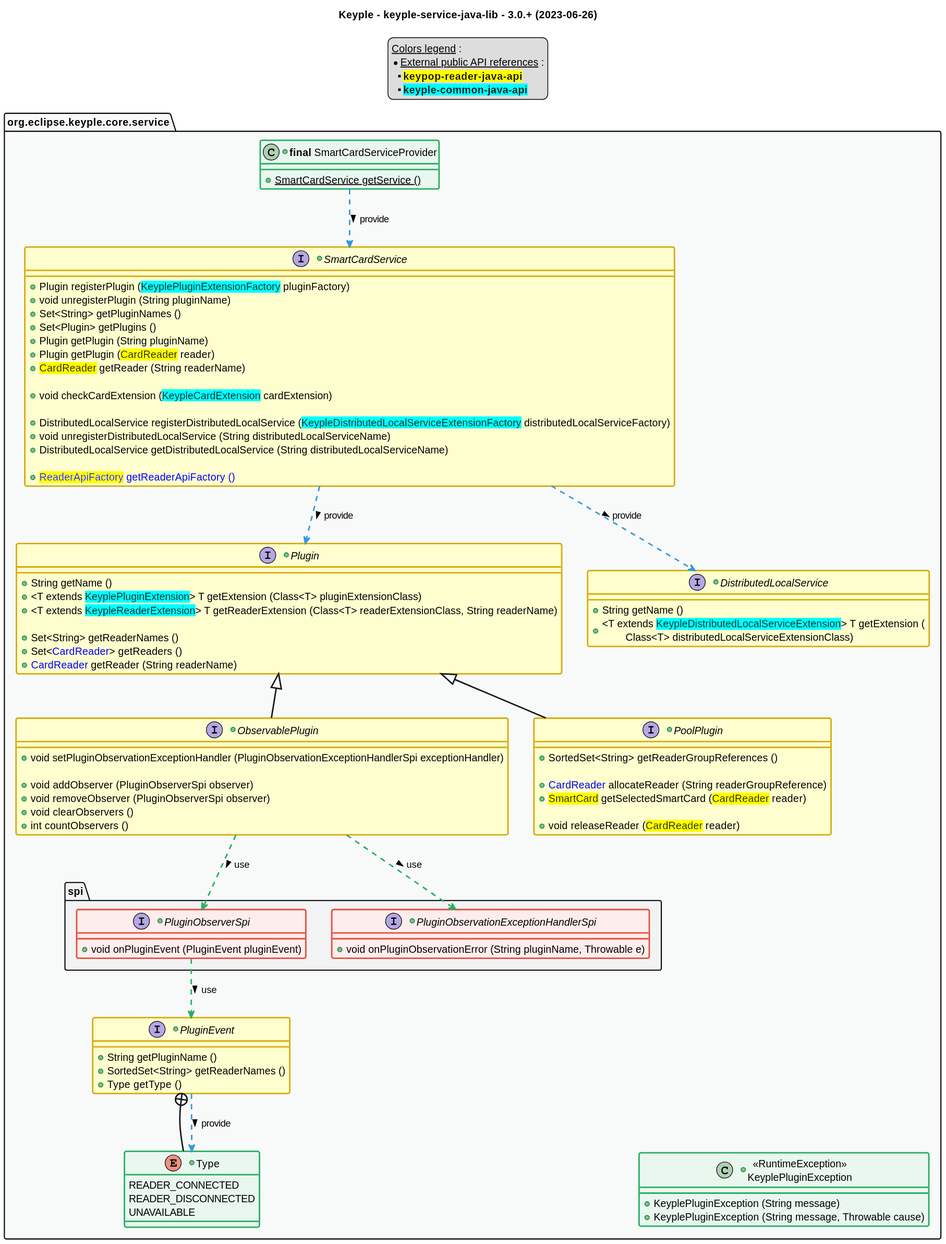
Above: src/main/uml/api_class_diagram.svg in eclipse-keyple/keyple-service-java-lib (PlantUML), before the change.
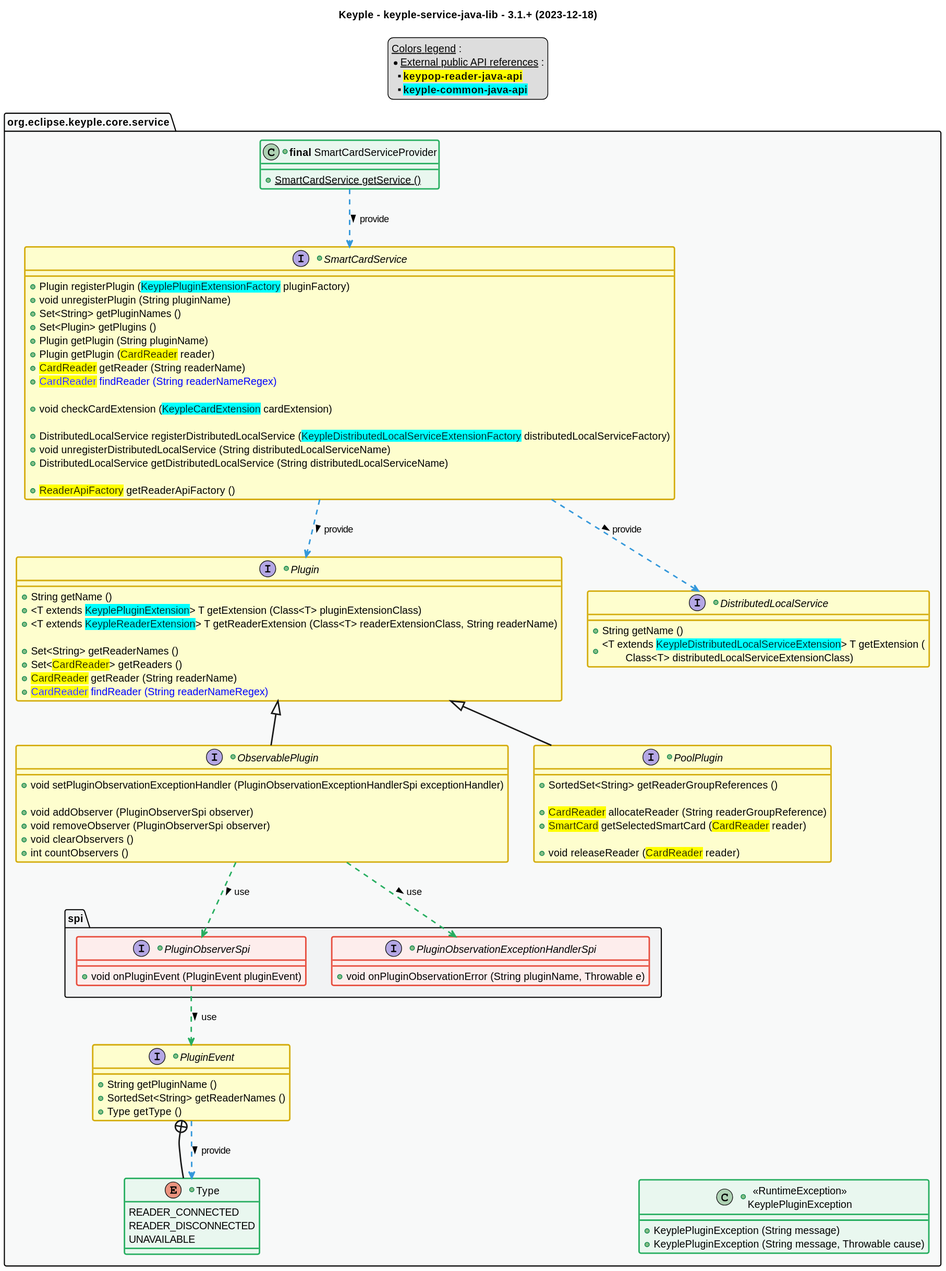
The same file after the commit.

Commit message:
feat: add `findReader` methods to provide reader searching by regex (#63)

Change to the diagram source:
```diff
@@ -1,6 +1,6 @@
 @startuml
 title
-    Keyple - keyple-service-java-lib - 3.0.+ (2023-06-26)
+    Keyple - keyple-service-java-lib - 3.1.+ (2023-12-18)
 end title
 
 
@@ -59,6 +59,7 @@
         +Plugin getPlugin (String pluginName)
         +Plugin getPlugin (<back:yellow>CardReader</back> reader)
         +<back:yellow>CardReader</back> getReader (String readerName)
+        +<color:blue><back:yellow>CardReader</back> findReader (String readerNameRegex)
 
         +void checkCardExtension (<back:cyan>KeypleCardExtension</back> cardExtension)
 
@@ -66,7 +67,7 @@
         +void unregisterDistributedLocalService (String distributedLocalServiceName)
         +DistributedLocalService getDistributedLocalService (String distributedLocalServiceName)
 
-        +<color:blue><back:yellow>ReaderApiFactory</back> getReaderApiFactory ()
+        +<back:yellow>ReaderApiFactory</back> getReaderApiFactory ()
     }
     +interface Plugin {
         +String getName ()
@@ -74,8 +75,9 @@
         +<T extends <back:cyan>KeypleReaderExtension</back>> T getReaderExtension (Class<T> readerExtensionClass, String readerName)
 
         +Set<String> getReaderNames ()
-        +Set<<color:blue>CardReader</color>> getReaders ()
-        +<color:blue>CardReader</color> getReader (String readerName)
+        +Set<<back:yellow>CardReader</back>> getReaders ()
+        +<back:yellow>CardReader</back> getReader (String readerName)
+        +<color:blue><back:yellow>CardReader</back> findReader (String readerNameRegex)
     }
     +interface DistributedLocalService {
         +String getName ()
@@ -92,7 +94,7 @@
     +interface PoolPlugin extends Plugin {
         +SortedSet<String> getReaderGroupReferences ()
 
-        +<color:blue>CardReader</color> allocateReader (String readerGroupReference)
+        +<back:yellow>CardReader</back> allocateReader (String readerGroupReference)
         +<back:yellow>SmartCard</back> getSelectedSmartCard (<back:yellow>CardReader</back> reader)
 
         +void releaseReader (<back:yellow>CardReader</back> reader)
```
